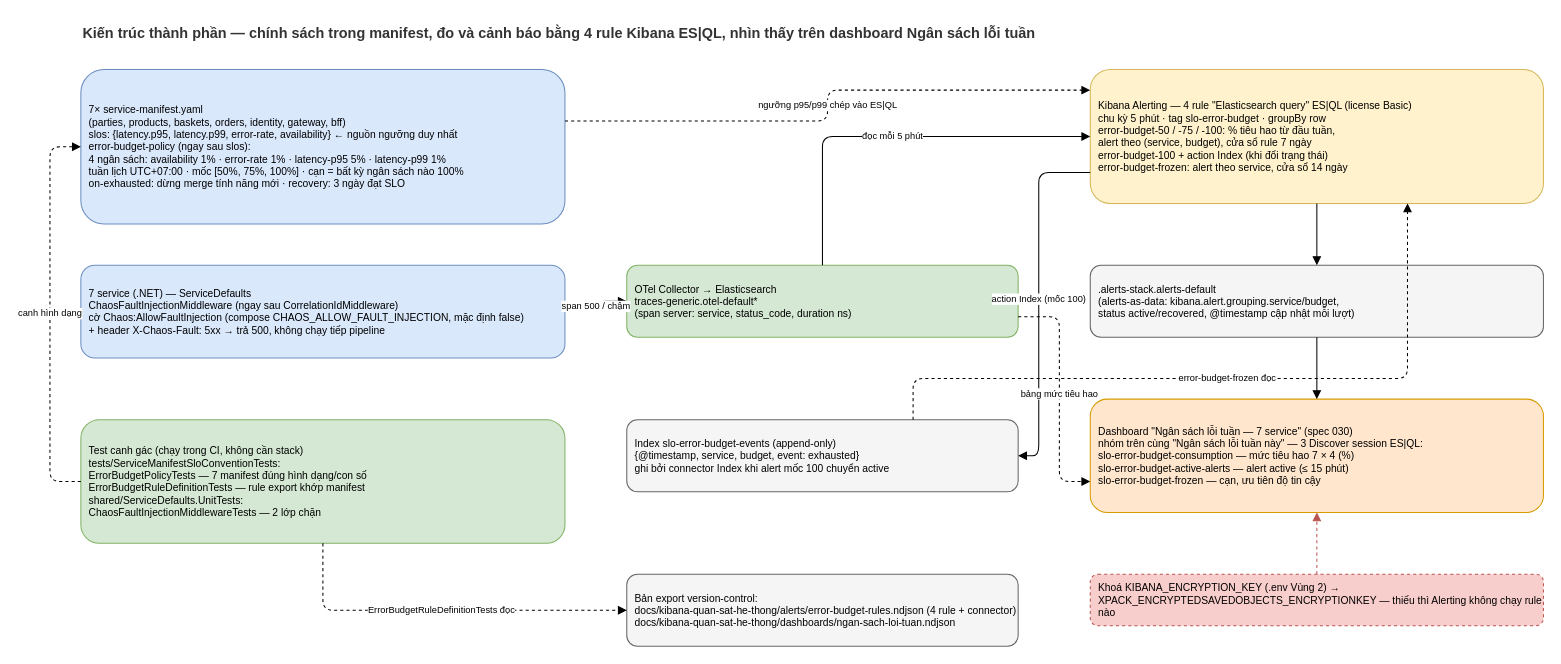
The draw.io diagram docs/diagrams/027-error-budget-alerting-component.drawio in nmhieuit/ecommerce, before the edit. Source tidied: cells renumbered, new cells numbered last; positions are measured from the earlier drawing's top-left corner, leaving out a move shared by most shapes. Both pictures are drawn from the tidied source at 103%, with x=0, y=0 at pixel (49, 18).
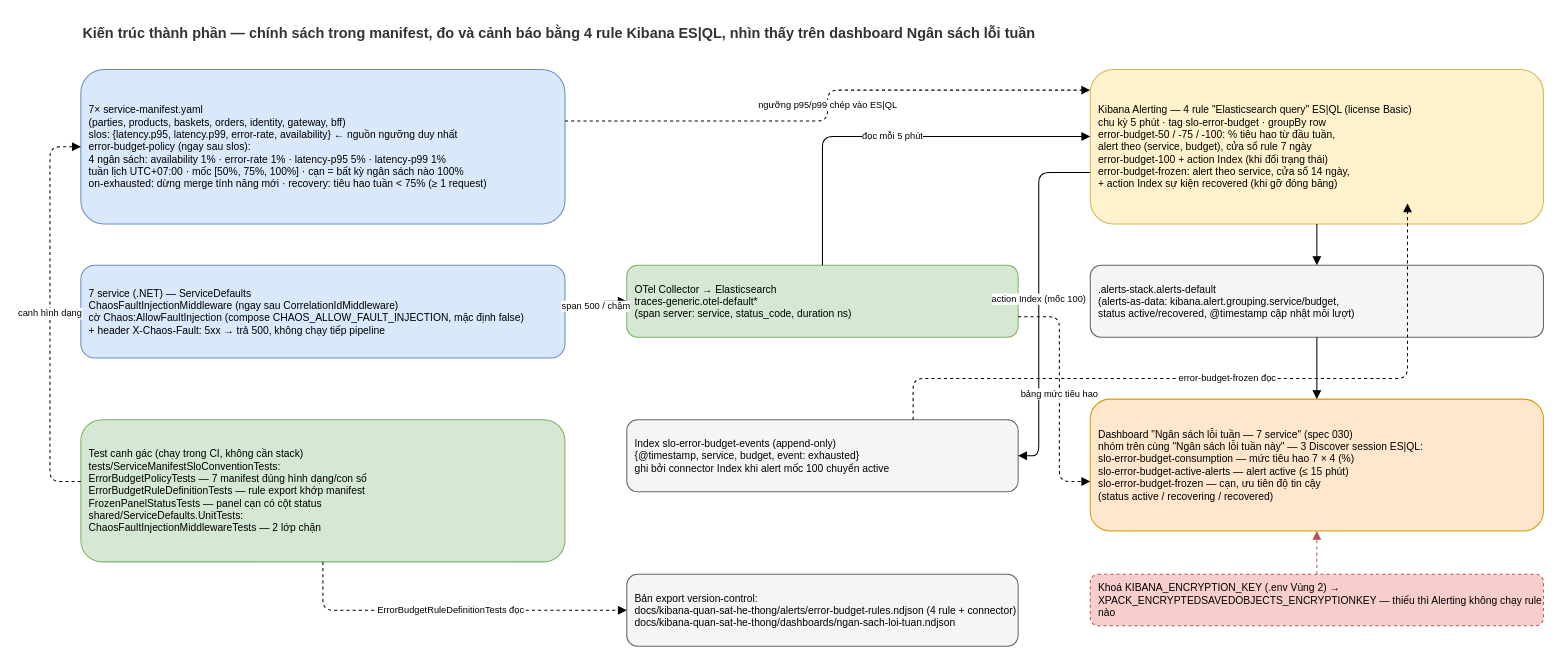
The same page after the edit.

The edit, as a diff of the source:
```diff
@@
-    <mxCell id="3" value="7× service-manifest.yaml&#10;(parties, products, baskets, orders, identity, gateway, bff)&#10;slos: {latency.p95, latency.p99, error-rate, availability}  ← nguồn ngưỡng duy nhất&#10;error-budget-policy (ngay sau slos):&#10;  4 ngân sách: availability 1% · error-rate 1% · latency-p95 5% · latency-p99 1%&#10;  tuần lịch UTC+07:00 · mốc [50%, 75%, 100%] · cạn = bất kỳ ngân sách nào 100%&#10;  on-exhausted: dừng merge tính năng mới · recovery: 3 ngày đạt SLO" style="rounded=1;whiteSpace=wrap;html=1;fillColor=#dae8fc;strokeColor=#6c8ebf;fontSize=10;align=left;spacingLeft=6;" parent="1" vertex="1">
+    <mxCell id="3" value="7× service-manifest.yaml&#10;(parties, products, baskets, orders, identity, gateway, bff)&#10;slos: {latency.p95, latency.p99, error-rate, availability}  ← nguồn ngưỡng duy nhất&#10;error-budget-policy (ngay sau slos):&#10;  4 ngân sách: availability 1% · error-rate 1% · latency-p95 5% · latency-p99 1%&#10;  tuần lịch UTC+07:00 · mốc [50%, 75%, 100%] · cạn = bất kỳ ngân sách nào 100%&#10;  on-exhausted: dừng merge tính năng mới · recovery: tiêu hao tuần &lt; 75% (≥ 1 request)" style="rounded=1;whiteSpace=wrap;html=1;fillColor=#dae8fc;strokeColor=#6c8ebf;fontSize=10;align=left;spacingLeft=6;" parent="1" vertex="1">
       <mxGeometry x="30" y="50" width="470" height="150" as="geometry" />
     </mxCell>
@@
-    <mxCell id="5" value="Test canh gác (chạy trong CI, không cần stack)&#10;tests/ServiceManifestSloConventionTests:&#10;  ErrorBudgetPolicyTests — 7 manifest đúng hình dạng/con số&#10;  ErrorBudgetRuleDefinitionTests — rule export khớp manifest&#10;shared/ServiceDefaults.UnitTests:&#10;  ChaosFaultInjectionMiddlewareTests — 2 lớp chặn" style="rounded=1;whiteSpace=wrap;html=1;fillColor=#d5e8d4;strokeColor=#82b366;fontSize=10;align=left;spacingLeft=6;" parent="1" vertex="1">
-      <mxGeometry x="30" y="390" width="470" height="120" as="geometry" />
+    <mxCell id="5" value="Test canh gác (chạy trong CI, không cần stack)&#10;tests/ServiceManifestSloConventionTests:&#10;  ErrorBudgetPolicyTests — 7 manifest đúng hình dạng/con số&#10;  ErrorBudgetRuleDefinitionTests — rule export khớp manifest&#10;  FrozenPanelStatusTests — panel cạn có cột status&#10;shared/ServiceDefaults.UnitTests:&#10;  ChaosFaultInjectionMiddlewareTests — 2 lớp chặn" style="rounded=1;whiteSpace=wrap;html=1;fillColor=#d5e8d4;strokeColor=#82b366;fontSize=10;align=left;spacingLeft=6;" parent="1" vertex="1">
+      <mxGeometry x="30" y="390" width="470" height="138" as="geometry" />
     </mxCell>
@@
-    <mxCell id="8" value="Kibana Alerting — 4 rule &quot;Elasticsearch query&quot; ES|QL (license Basic)&#10;chu kỳ 5 phút · tag slo-error-budget · groupBy row&#10;error-budget-50 / -75 / -100: % tiêu hao từ đầu tuần,&#10;  alert theo (service, budget), cửa sổ rule 7 ngày&#10;error-budget-100 + action Index (khi đổi trạng thái)&#10;error-budget-frozen: alert theo service, cửa sổ 14 ngày" style="rounded=1;whiteSpace=wrap;html=1;fillColor=#fff2cc;strokeColor=#d6b656;fontSize=10;align=left;spacingLeft=6;" parent="1" vertex="1">
-      <mxGeometry x="1010" y="50" width="440" height="130" as="geometry" />
+    <mxCell id="8" value="Kibana Alerting — 4 rule &quot;Elasticsearch query&quot; ES|QL (license Basic)&#10;chu kỳ 5 phút · tag slo-error-budget · groupBy row&#10;error-budget-50 / -75 / -100: % tiêu hao từ đầu tuần,&#10;  alert theo (service, budget), cửa sổ rule 7 ngày&#10;error-budget-100 + action Index (khi đổi trạng thái)&#10;error-budget-frozen: alert theo service, cửa sổ 14 ngày,&#10;  + action Index sự kiện recovered (khi gỡ đóng băng)" style="rounded=1;whiteSpace=wrap;html=1;fillColor=#fff2cc;strokeColor=#d6b656;fontSize=10;align=left;spacingLeft=6;" parent="1" vertex="1">
+      <mxGeometry x="1010" y="50" width="440" height="150" as="geometry" />
     </mxCell>
@@
-    <mxCell id="10" value="Dashboard &quot;Ngân sách lỗi tuần — 7 service&quot; (spec 030)&#10;nhóm trên cùng &quot;Ngân sách lỗi tuần này&quot; — 3 Discover session ES|QL:&#10;  slo-error-budget-consumption — mức tiêu hao 7 × 4 (%)&#10;  slo-error-budget-active-alerts — alert active (≤ 15 phút)&#10;  slo-error-budget-frozen — cạn, ưu tiên độ tin cậy" style="rounded=1;whiteSpace=wrap;html=1;fillColor=#ffe6cc;strokeColor=#d79b00;fontSize=10;align=left;spacingLeft=6;" parent="1" vertex="1">
-      <mxGeometry x="1010" y="370" width="440" height="110" as="geometry" />
+    <mxCell id="10" value="Dashboard &quot;Ngân sách lỗi tuần — 7 service&quot; (spec 030)&#10;nhóm trên cùng &quot;Ngân sách lỗi tuần này&quot; — 3 Discover session ES|QL:&#10;  slo-error-budget-consumption — mức tiêu hao 7 × 4 (%)&#10;  slo-error-budget-active-alerts — alert active (≤ 15 phút)&#10;  slo-error-budget-frozen — cạn, ưu tiên độ tin cậy&#10;    (status active / recovering / recovered)" style="rounded=1;whiteSpace=wrap;html=1;fillColor=#ffe6cc;strokeColor=#d79b00;fontSize=10;align=left;spacingLeft=6;" parent="1" vertex="1">
+      <mxGeometry x="1010" y="370" width="440" height="128" as="geometry" />
     </mxCell>
```
